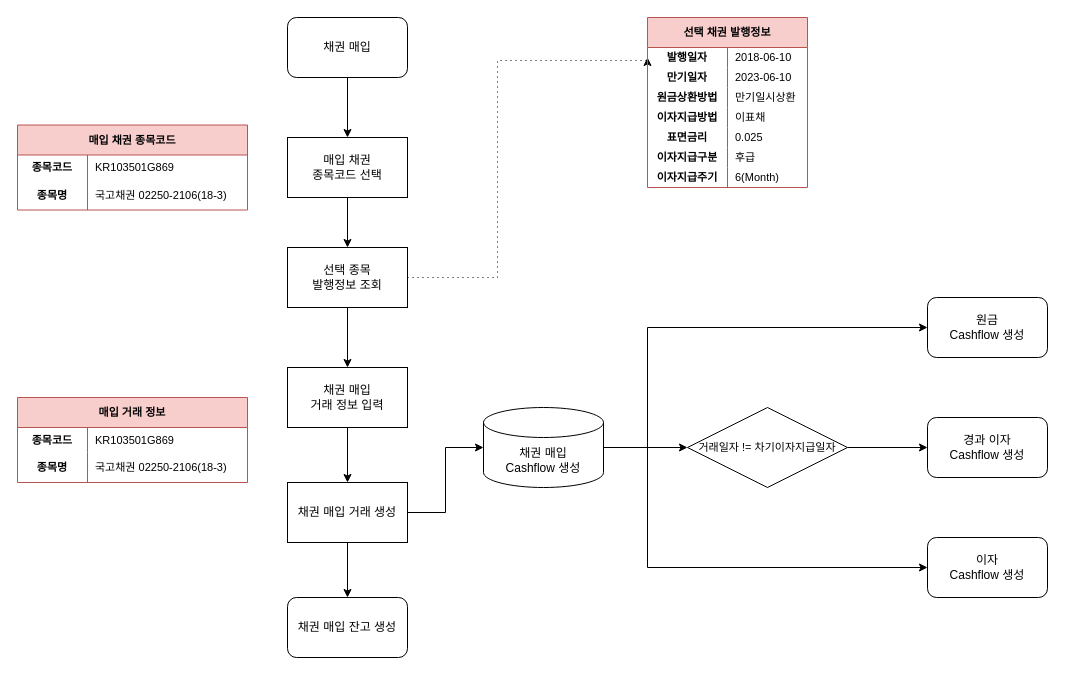
Earlier version of the draw.io diagram 채권 매입 프로세스_흐름도.drawio (uuuuu-g/PurchaseBond). Source tidied: cells renumbered, new cells numbered last; positions are measured from the earlier drawing's top-left corner, leaving out a move shared by most shapes. Both pictures are drawn from the tidied source at 100%, with x=0, y=0 at pixel (17, 17).
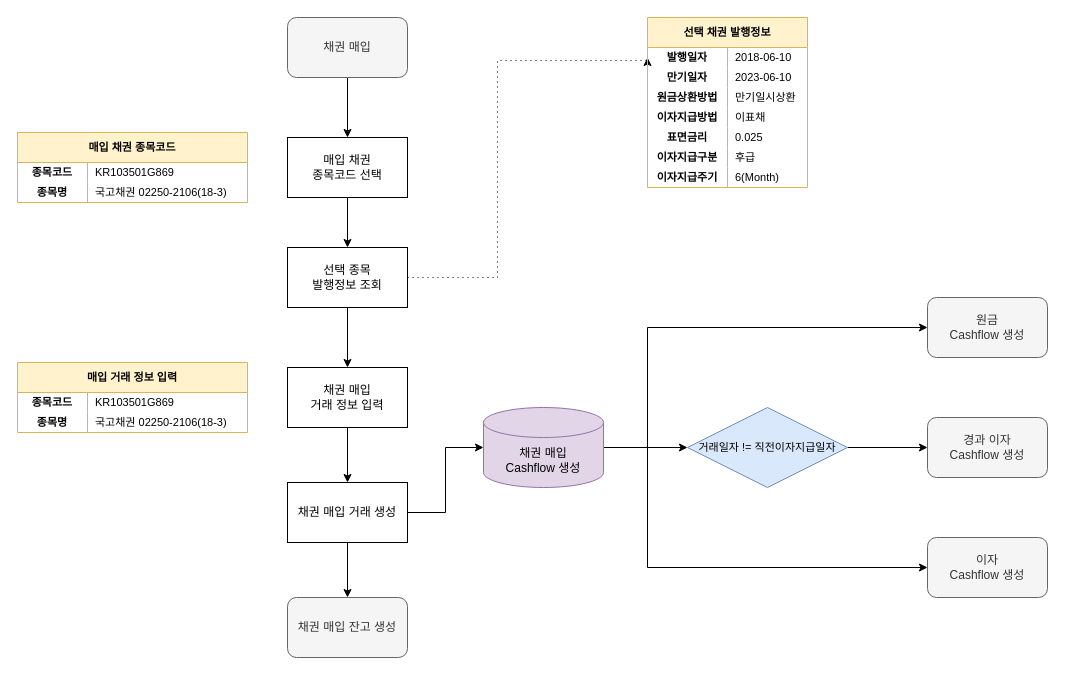
After the change.

Commit message (it also covers changes not shown here):
채권 매입 프로세스_흐름도.drawio 업데이트

The edit, as a diff of the source:
```diff
@@
-    <mxCell id="3" value="채권 매입" style="rounded=1;whiteSpace=wrap;html=1;" parent="1" vertex="1">
+    <mxCell id="3" value="채권 매입" style="rounded=1;whiteSpace=wrap;html=1;fillColor=#f5f5f5;strokeColor=#666666;fontColor=#333333;" parent="1" vertex="1">
       <mxGeometry x="270" width="120" height="60" as="geometry" />
     </mxCell>
@@
-    <mxCell id="14" value="채권 매입 잔고 생성" style="rounded=1;whiteSpace=wrap;html=1;" parent="1" vertex="1">
+    <mxCell id="14" value="채권 매입 잔고 생성" style="rounded=1;whiteSpace=wrap;html=1;fillColor=#f5f5f5;strokeColor=#666666;fontColor=#333333;" parent="1" vertex="1">
       <mxGeometry x="270" y="580" width="120" height="60" as="geometry" />
     </mxCell>
@@
-    <mxCell id="18" value="채권 매입&lt;br&gt;Cashflow 생성" style="shape=cylinder3;whiteSpace=wrap;html=1;boundedLbl=1;backgroundOutline=1;size=15;" parent="1" vertex="1">
+    <mxCell id="18" value="채권 매입&lt;br&gt;Cashflow 생성" style="shape=cylinder3;whiteSpace=wrap;html=1;boundedLbl=1;backgroundOutline=1;size=15;fillColor=#e1d5e7;strokeColor=#9673a6;" parent="1" vertex="1">
       <mxGeometry x="466" y="390" width="120" height="80" as="geometry" />
     </mxCell>
@@
-    <mxCell id="20" value="거래일자 != 차기이자지급일자" style="rhombus;whiteSpace=wrap;html=1;fontSize=11;" parent="1" vertex="1">
+    <mxCell id="20" value="거래일자 != 직전이자지급일자" style="rhombus;whiteSpace=wrap;html=1;fontSize=11;fillColor=#dae8fc;strokeColor=#6c8ebf;" parent="1" vertex="1">
       <mxGeometry x="670" y="390" width="160" height="80" as="geometry" />
     </mxCell>
-    <mxCell id="21" value="원금&lt;br&gt;Cashflow 생성" style="rounded=1;whiteSpace=wrap;html=1;" parent="1" vertex="1">
+    <mxCell id="21" value="원금&lt;br&gt;Cashflow 생성" style="rounded=1;whiteSpace=wrap;html=1;fillColor=#f5f5f5;strokeColor=#666666;fontColor=#333333;" parent="1" vertex="1">
       <mxGeometry x="910" y="280" width="120" height="60" as="geometry" />
     </mxCell>
-    <mxCell id="22" value="경과 이자&lt;br&gt;Cashflow 생성" style="rounded=1;whiteSpace=wrap;html=1;" parent="1" vertex="1">
+    <mxCell id="22" value="경과 이자&lt;br&gt;Cashflow 생성" style="rounded=1;whiteSpace=wrap;html=1;fillColor=#f5f5f5;strokeColor=#666666;fontColor=#333333;" parent="1" vertex="1">
       <mxGeometry x="910" y="400" width="120" height="60" as="geometry" />
     </mxCell>
-    <mxCell id="23" value="&lt;span&gt;이자&lt;/span&gt;&lt;br&gt;&lt;span&gt;Cashflow 생성&lt;/span&gt;" style="rounded=1;whiteSpace=wrap;html=1;" parent="1" vertex="1">
+    <mxCell id="23" value="&lt;span&gt;이자&lt;/span&gt;&lt;br&gt;&lt;span&gt;Cashflow 생성&lt;/span&gt;" style="rounded=1;whiteSpace=wrap;html=1;fillColor=#f5f5f5;strokeColor=#666666;fontColor=#333333;" parent="1" vertex="1">
       <mxGeometry x="910" y="520" width="120" height="60" as="geometry" />
     </mxCell>
-    <mxCell id="24" value="매입 채권 종목코드" style="shape=table;html=1;whiteSpace=wrap;startSize=30;childLayout=tableLayout;rowLines=0;fontStyle=1;align=center;fillColor=#f8cecc;fontSize=11;strokeColor=#b85450;" parent="1" vertex="1">
-      <mxGeometry y="107.5" width="230" height="85" as="geometry" />
+    <mxCell id="24" value="매입 채권 종목코드" style="shape=table;html=1;whiteSpace=wrap;startSize=30;childLayout=tableLayout;rowLines=0;fontStyle=1;align=center;fillColor=#fff2cc;fontSize=11;strokeColor=#d6b656;" parent="1" vertex="1">
+      <mxGeometry y="115" width="230" height="70" as="geometry" />
     </mxCell>
     <mxCell id="25" style="shape=partialRectangle;html=1;whiteSpace=wrap;fillColor=none;top=0;left=0;bottom=1;right=0;strokeColor=none;" parent="24" vertex="1">
-      <mxGeometry y="30" width="230" height="25" as="geometry" />
+      <mxGeometry y="30" width="230" height="20" as="geometry" />
     </mxCell>
     <mxCell id="26" value="&lt;b style=&quot;font-family: &amp;#34;helvetica&amp;#34; ; font-size: 11px ; text-align: left&quot;&gt;종목코드&lt;/b&gt;" style="shape=partialRectangle;html=1;whiteSpace=wrap;fillColor=none;top=0;left=0;bottom=0;right=0;overflow=hidden;" parent="25" vertex="1">
-      <mxGeometry width="70" height="25" as="geometry" />
+      <mxGeometry width="70" height="20" as="geometry" />
     </mxCell>
     <mxCell id="27" value="&lt;span style=&quot;font-family: &amp;#34;helvetica&amp;#34; ; font-size: 11px&quot;&gt;KR103501G869&lt;/span&gt;" style="shape=partialRectangle;html=1;whiteSpace=wrap;fillColor=none;top=0;left=0;bottom=0;right=0;align=left;spacingLeft=6;overflow=hidden;" parent="25" vertex="1">
-      <mxGeometry x="70" width="160" height="25" as="geometry" />
+      <mxGeometry x="70" width="160" height="20" as="geometry" />
     </mxCell>
     <mxCell id="28" style="shape=partialRectangle;html=1;whiteSpace=wrap;fillColor=none;top=0;left=0;bottom=0;right=0;" parent="24" vertex="1">
-      <mxGeometry y="55" width="230" height="30" as="geometry" />
+      <mxGeometry y="50" width="230" height="20" as="geometry" />
     </mxCell>
     <mxCell id="29" value="&lt;b style=&quot;font-family: &amp;#34;helvetica&amp;#34; ; font-size: 11px ; text-align: left&quot;&gt;종목명&lt;/b&gt;" style="shape=partialRectangle;html=1;whiteSpace=wrap;fillColor=none;top=0;left=0;bottom=0;right=0;overflow=hidden;" parent="28" vertex="1">
-      <mxGeometry width="70" height="30" as="geometry" />
+      <mxGeometry width="70" height="20" as="geometry" />
     </mxCell>
     <mxCell id="30" value="&lt;span style=&quot;font-family: &amp;#34;helvetica&amp;#34; ; font-size: 11px&quot;&gt;국고채권 02250-2106(18-3)&lt;/span&gt;" style="shape=partialRectangle;html=1;whiteSpace=wrap;fillColor=none;top=0;left=0;bottom=0;right=0;align=left;spacingLeft=6;overflow=hidden;" parent="28" vertex="1">
-      <mxGeometry x="70" width="160" height="30" as="geometry" />
+      <mxGeometry x="70" width="160" height="20" as="geometry" />
     </mxCell>
-    <mxCell id="31" value="매입 거래 정보" style="shape=table;html=1;whiteSpace=wrap;startSize=30;childLayout=tableLayout;rowLines=0;fontStyle=1;align=center;fillColor=#f8cecc;fontSize=11;strokeColor=#b85450;" parent="1" vertex="1">
-      <mxGeometry y="380" width="230" height="85" as="geometry" />
+    <mxCell id="31" value="매입 거래 정보 입력" style="shape=table;html=1;whiteSpace=wrap;startSize=30;childLayout=tableLayout;rowLines=0;fontStyle=1;align=center;fillColor=#fff2cc;fontSize=11;strokeColor=#d6b656;" parent="1" vertex="1">
+      <mxGeometry y="345" width="230" height="70" as="geometry" />
     </mxCell>
     <mxCell id="32" style="shape=partialRectangle;html=1;whiteSpace=wrap;fillColor=none;top=0;left=0;bottom=1;right=0;strokeColor=none;" parent="31" vertex="1">
-      <mxGeometry y="30" width="230" height="25" as="geometry" />
+      <mxGeometry y="30" width="230" height="20" as="geometry" />
     </mxCell>
     <mxCell id="33" value="&lt;b style=&quot;font-family: &amp;#34;helvetica&amp;#34; ; font-size: 11px ; text-align: left&quot;&gt;종목코드&lt;/b&gt;" style="shape=partialRectangle;html=1;whiteSpace=wrap;fillColor=none;top=0;left=0;bottom=0;right=0;overflow=hidden;" parent="32" vertex="1">
-      <mxGeometry width="70" height="25" as="geometry" />
+      <mxGeometry width="70" height="20" as="geometry" />
     </mxCell>
     <mxCell id="34" value="&lt;span style=&quot;font-family: &amp;#34;helvetica&amp;#34; ; font-size: 11px&quot;&gt;KR103501G869&lt;/span&gt;" style="shape=partialRectangle;html=1;whiteSpace=wrap;fillColor=none;top=0;left=0;bottom=0;right=0;align=left;spacingLeft=6;overflow=hidden;" parent="32" vertex="1">
-      <mxGeometry x="70" width="160" height="25" as="geometry" />
+      <mxGeometry x="70" width="160" height="20" as="geometry" />
     </mxCell>
     <mxCell id="35" style="shape=partialRectangle;html=1;whiteSpace=wrap;fillColor=none;top=0;left=0;bottom=0;right=0;" parent="31" vertex="1">
-      <mxGeometry y="55" width="230" height="30" as="geometry" />
+      <mxGeometry y="50" width="230" height="20" as="geometry" />
     </mxCell>
     <mxCell id="36" value="&lt;b style=&quot;font-family: &amp;#34;helvetica&amp;#34; ; font-size: 11px ; text-align: left&quot;&gt;종목명&lt;/b&gt;" style="shape=partialRectangle;html=1;whiteSpace=wrap;fillColor=none;top=0;left=0;bottom=0;right=0;overflow=hidden;" parent="35" vertex="1">
-      <mxGeometry width="70" height="30" as="geometry" />
+      <mxGeometry width="70" height="20" as="geometry" />
     </mxCell>
     <mxCell id="37" value="&lt;span style=&quot;font-family: &amp;#34;helvetica&amp;#34; ; font-size: 11px&quot;&gt;국고채권 02250-2106(18-3)&lt;/span&gt;" style="shape=partialRectangle;html=1;whiteSpace=wrap;fillColor=none;top=0;left=0;bottom=0;right=0;align=left;spacingLeft=6;overflow=hidden;" parent="35" vertex="1">
-      <mxGeometry x="70" width="160" height="30" as="geometry" />
+      <mxGeometry x="70" width="160" height="20" as="geometry" />
     </mxCell>
-    <mxCell id="38" value="선택 채권 발행정보" style="shape=table;html=1;whiteSpace=wrap;startSize=30;childLayout=tableLayout;rowLines=0;fontStyle=1;align=center;fillColor=#f8cecc;fontSize=11;strokeColor=#b85450;" parent="1" vertex="1">
+    <mxCell id="38" value="선택 채권 발행정보" style="shape=table;html=1;whiteSpace=wrap;startSize=30;childLayout=tableLayout;rowLines=0;fontStyle=1;align=center;fillColor=#fff2cc;fontSize=11;strokeColor=#d6b656;" parent="1" vertex="1">
       <mxGeometry x="630" width="160" height="170" as="geometry" />
     </mxCell>
```
